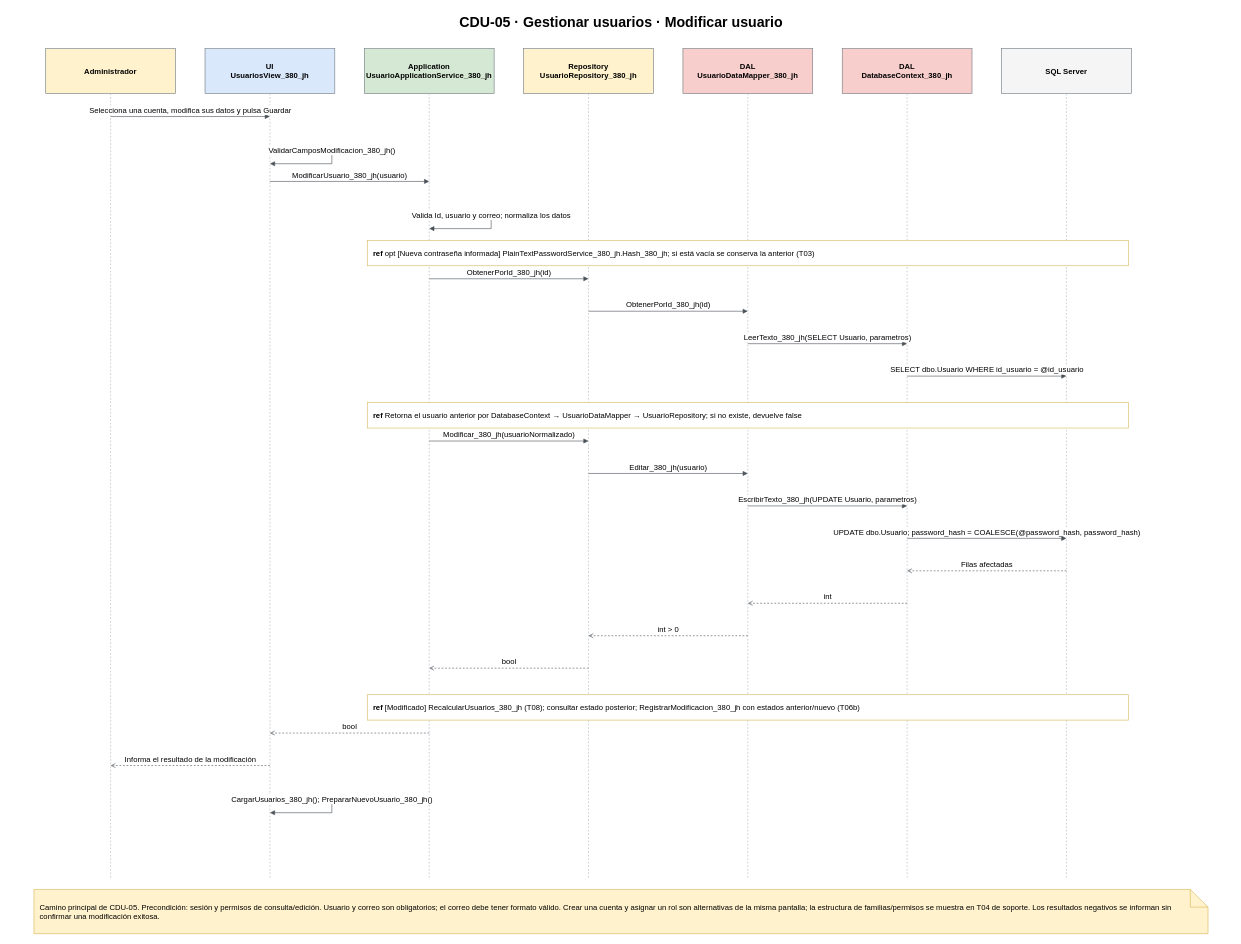
juanNH/Ingenieria-de-Software keeps this draw.io diagram as page "CDU-05 · Gestionar usuarios · Modificar usuario" (1 of 2) of Diagramas/Diagramas de Secuencia/CDU-05 - Edición de usuario - Secuencia - Modificar usuario.drawio. Above is the earlier version. Source tidied: cells renumbered, new cells numbered last; positions are measured from the earlier drawing's top-left corner, leaving out a move shared by most shapes. Both pictures are drawn from the tidied source at 59%, with x=0, y=0 at pixel (10, 10).
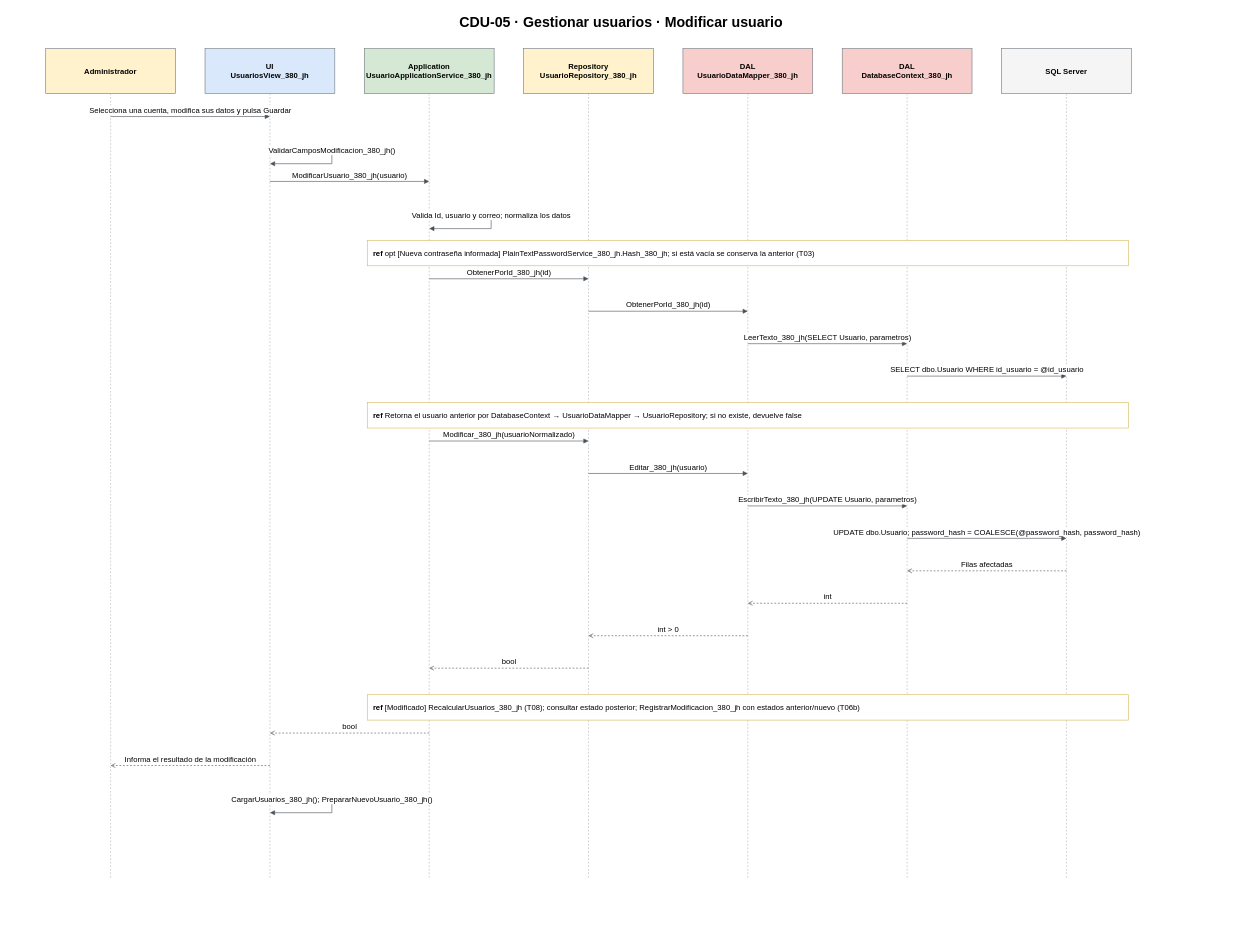
Above is the later version.

Diff of the diagram source:
```diff
@@
-    <mxCell id="39" value="Camino principal de CDU-05. Precondición: sesión y permisos de consulta/edición. Usuario y correo son obligatorios; el correo debe tener formato válido. Crear una cuenta y asignar un rol son alternativas de la misma pantalla; la estructura de familias/permisos se muestra en T04 de soporte. Los resultados negativos se informan sin confirmar una modificación exitosa." style="shape=note;whiteSpace=wrap;html=1;fillColor=#fff2cc;strokeColor=#d6b656;fontSize=13;fontFamily=Arial;align=left;spacing=10;" parent="1" vertex="1">
-      <mxGeometry x="40" y="1490" width="1990" height="75" as="geometry" />
-    </mxCell>
```
